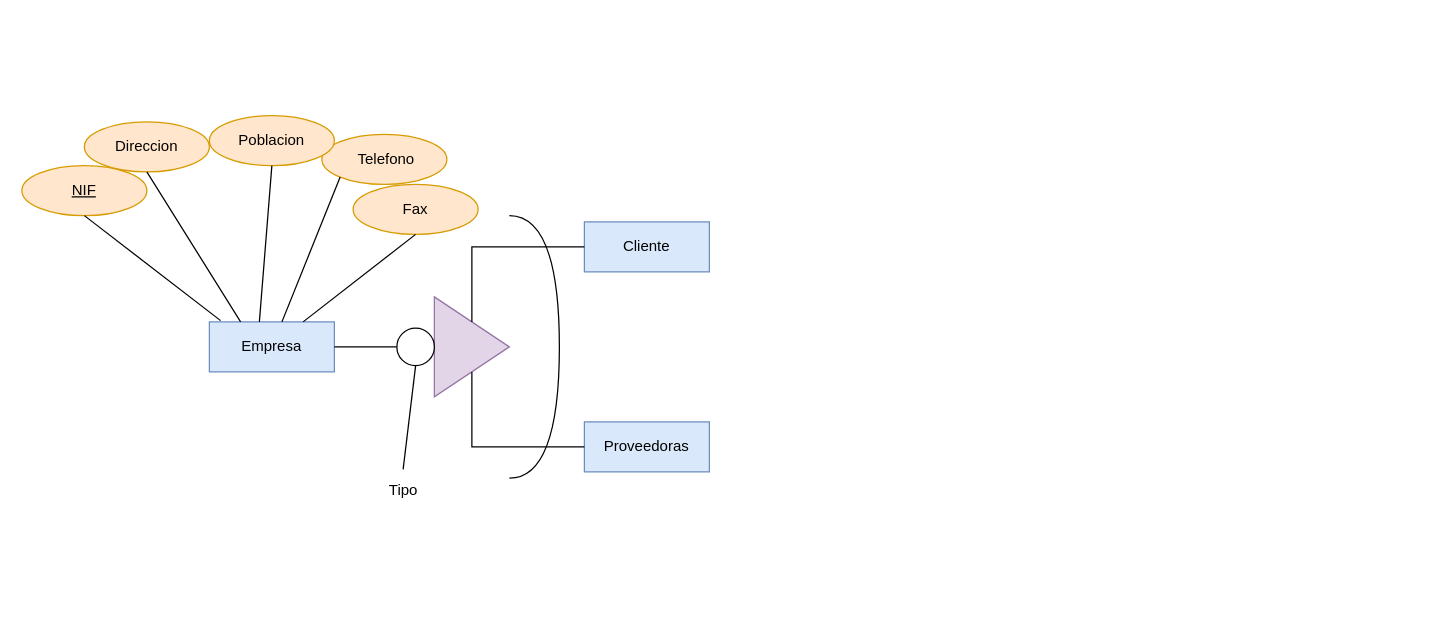
JVC0/Base-Datos keeps this draw.io diagram as Unidad1/Tareas/Tarea evaluada4/Untitled Diagram.drawio. Above is the earlier version. Source tidied: cells renumbered, new cells numbered last; positions are measured from the earlier drawing's top-left corner, leaving out a move shared by most shapes. Both pictures are drawn from the tidied source at 125%, with x=0, y=0 at pixel (21, 115).
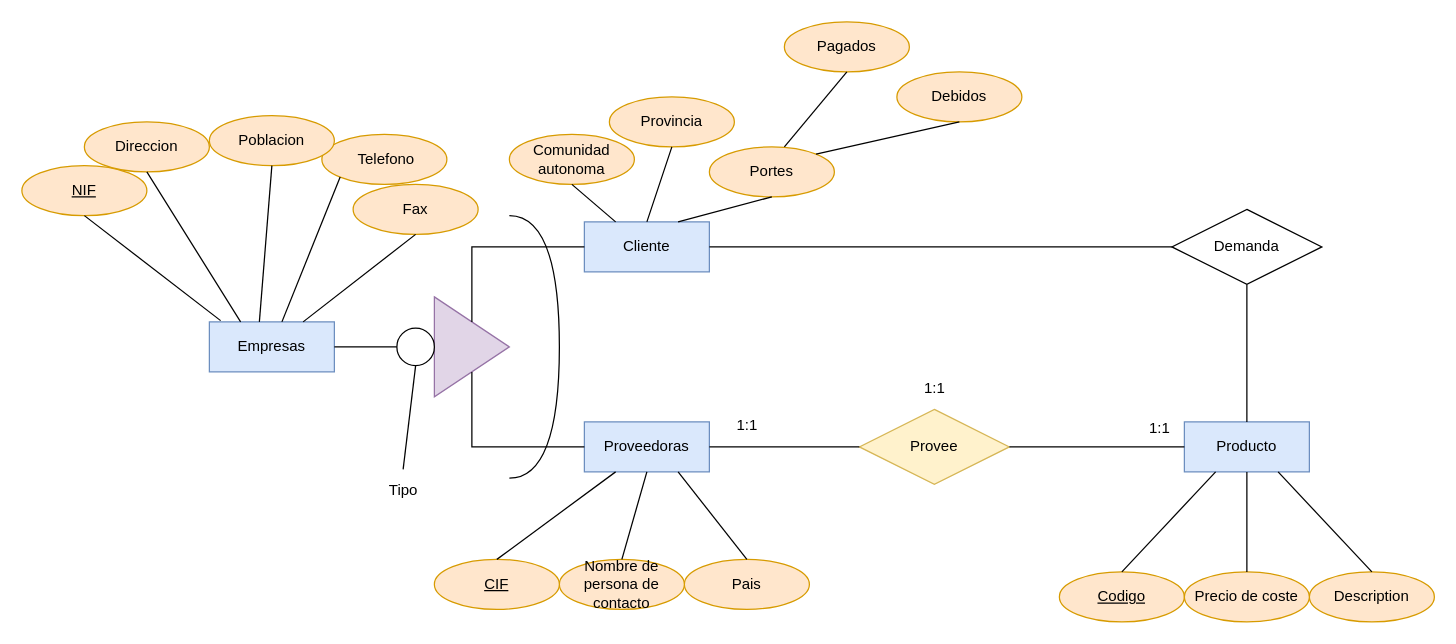
The same diagram, later.

The change refers to these unchanged cells:
```xml
<mxCell id="3" value="Cliente" style="whiteSpace=wrap;html=1;align=center;fillColor=#dae8fc;strokeColor=#6c8ebf;" parent="1" vertex="1">
  <mxGeometry x="450" y="85" width="100" height="40" as="geometry" />
</mxCell>
<mxCell id="4" value="Proveedoras" style="whiteSpace=wrap;html=1;align=center;fillColor=#dae8fc;strokeColor=#6c8ebf;" parent="1" vertex="1">
  <mxGeometry x="450" y="245" width="100" height="40" as="geometry" />
</mxCell>
```

Diff of the diagram source:
```diff
@@
-    <mxCell id="2" value="Empresa" style="whiteSpace=wrap;html=1;align=center;fillColor=#dae8fc;strokeColor=#6c8ebf;" parent="1" vertex="1">
+    <mxCell id="2" value="Empresas" style="whiteSpace=wrap;html=1;align=center;fillColor=#dae8fc;strokeColor=#6c8ebf;" parent="1" vertex="1">
       <mxGeometry x="150" y="165" width="100" height="40" as="geometry" />
     </mxCell>
@@
+    <mxCell id="23" value="Provincia" style="ellipse;whiteSpace=wrap;html=1;align=center;fillColor=#ffe6cc;strokeColor=#d79b00;" parent="1" vertex="1">
+      <mxGeometry x="470" y="-15" width="100" height="40" as="geometry" />
+    </mxCell>
+    <mxCell id="24" value="Comunidad&lt;br&gt;autonoma" style="ellipse;whiteSpace=wrap;html=1;align=center;fillColor=#ffe6cc;strokeColor=#d79b00;" parent="1" vertex="1">
+      <mxGeometry x="390" y="15" width="100" height="40" as="geometry" />
+    </mxCell>
+    <mxCell id="25" value="Portes" style="ellipse;whiteSpace=wrap;html=1;align=center;fillColor=#ffe6cc;strokeColor=#d79b00;" parent="1" vertex="1">
+      <mxGeometry x="550" y="25" width="100" height="40" as="geometry" />
+    </mxCell>
+    <mxCell id="26" style="endArrow=none;html=1;rounded=0;entryX=0.5;entryY=1;entryDx=0;entryDy=0;exitX=0.25;exitY=0;exitDx=0;exitDy=0;" parent="1" edge="1" source="3" target="24">
+      <mxGeometry relative="1" as="geometry" />
+    </mxCell>
+    <mxCell id="27" style="endArrow=none;html=1;rounded=0;entryX=0.5;entryY=1;entryDx=0;entryDy=0;exitX=0.5;exitY=0;exitDx=0;exitDy=0;" parent="1" edge="1" source="3" target="23">
+      <mxGeometry relative="1" as="geometry" />
+    </mxCell>
+    <mxCell id="28" style="endArrow=none;html=1;rounded=0;entryX=0.5;entryY=1;entryDx=0;entryDy=0;exitX=0.75;exitY=0;exitDx=0;exitDy=0;" parent="1" edge="1" source="3" target="25">
+      <mxGeometry relative="1" as="geometry" />
+    </mxCell>
+    <mxCell id="29" value="Debidos" style="ellipse;whiteSpace=wrap;html=1;align=center;fillColor=#ffe6cc;strokeColor=#d79b00;" parent="1" vertex="1">
+      <mxGeometry x="700" y="-35" width="100" height="40" as="geometry" />
+    </mxCell>
+    <mxCell id="30" value="Pagados" style="ellipse;whiteSpace=wrap;html=1;align=center;fillColor=#ffe6cc;strokeColor=#d79b00;" parent="1" vertex="1">
+      <mxGeometry x="610" y="-75" width="100" height="40" as="geometry" />
+    </mxCell>
+    <mxCell id="31" style="endArrow=none;html=1;rounded=0;entryX=0.5;entryY=1;entryDx=0;entryDy=0;" parent="1" edge="1" target="30">
+      <mxGeometry relative="1" as="geometry">
+        <mxPoint x="610" y="25" as="sourcePoint" />
+      </mxGeometry>
+    </mxCell>
+    <mxCell id="32" style="endArrow=none;html=1;rounded=0;entryX=0.5;entryY=1;entryDx=0;entryDy=0;exitX=1;exitY=0;exitDx=0;exitDy=0;" parent="1" edge="1" source="25" target="29">
+      <mxGeometry relative="1" as="geometry" />
+    </mxCell>
+    <mxCell id="33" value="Pais" style="ellipse;whiteSpace=wrap;html=1;align=center;fillColor=#ffe6cc;strokeColor=#d79b00;" parent="1" vertex="1">
+      <mxGeometry x="530" y="355" width="100" height="40" as="geometry" />
+    </mxCell>
+    <mxCell id="34" value="Nombre de persona de contacto" style="ellipse;whiteSpace=wrap;html=1;align=center;fillColor=#ffe6cc;strokeColor=#d79b00;" parent="1" vertex="1">
+      <mxGeometry x="430" y="355" width="100" height="40" as="geometry" />
+    </mxCell>
+    <mxCell id="35" value="CIF" style="ellipse;whiteSpace=wrap;html=1;align=center;fontStyle=4;fillColor=#ffe6cc;strokeColor=#d79b00;" parent="1" vertex="1">
+      <mxGeometry x="330" y="355" width="100" height="40" as="geometry" />
+    </mxCell>
+    <mxCell id="36" style="endArrow=none;html=1;rounded=0;exitX=0.5;exitY=0;exitDx=0;exitDy=0;entryX=0.25;entryY=1;entryDx=0;entryDy=0;" parent="1" edge="1" source="35" target="4">
+      <mxGeometry relative="1" as="geometry" />
+    </mxCell>
+    <mxCell id="37" style="endArrow=none;html=1;rounded=0;entryX=0.5;entryY=1;entryDx=0;entryDy=0;exitX=0.5;exitY=0;exitDx=0;exitDy=0;" parent="1" edge="1" source="34" target="4">
+      <mxGeometry relative="1" as="geometry" />
+    </mxCell>
+    <mxCell id="38" style="endArrow=none;html=1;rounded=0;entryX=0.75;entryY=1;entryDx=0;entryDy=0;exitX=0.5;exitY=0;exitDx=0;exitDy=0;" parent="1" edge="1" source="33" target="4">
+      <mxGeometry relative="1" as="geometry" />
+    </mxCell>
+    <mxCell id="39" value="Producto" style="whiteSpace=wrap;html=1;align=center;fillColor=#dae8fc;strokeColor=#6c8ebf;" parent="1" vertex="1">
+      <mxGeometry x="930" y="245" width="100" height="40" as="geometry" />
+    </mxCell>
+    <mxCell id="40" value="Provee" style="shape=rhombus;perimeter=rhombusPerimeter;whiteSpace=wrap;html=1;align=center;fillColor=#fff2cc;strokeColor=#d6b656;" parent="1" vertex="1">
+      <mxGeometry x="670" y="235" width="120" height="60" as="geometry" />
+    </mxCell>
+    <mxCell id="41" style="endArrow=none;html=1;rounded=0;exitX=1;exitY=0.5;exitDx=0;exitDy=0;entryX=0;entryY=0.5;entryDx=0;entryDy=0;" parent="1" edge="1" source="4" target="40">
+      <mxGeometry relative="1" as="geometry" />
+    </mxCell>
+    <mxCell id="42" value="Codigo" style="ellipse;whiteSpace=wrap;html=1;align=center;fontStyle=4;fillColor=#ffe6cc;strokeColor=#d79b00;" parent="1" vertex="1">
+      <mxGeometry x="830" y="365" width="100" height="40" as="geometry" />
+    </mxCell>
+    <mxCell id="43" value="Description" style="ellipse;whiteSpace=wrap;html=1;align=center;fillColor=#ffe6cc;strokeColor=#d79b00;" parent="1" vertex="1">
+      <mxGeometry x="1030" y="365" width="100" height="40" as="geometry" />
+    </mxCell>
+    <mxCell id="44" value="Precio de coste" style="ellipse;whiteSpace=wrap;html=1;align=center;fillColor=#ffe6cc;strokeColor=#d79b00;" parent="1" vertex="1">
+      <mxGeometry x="930" y="365" width="100" height="40" as="geometry" />
+    </mxCell>
+    <mxCell id="45" style="endArrow=none;html=1;rounded=0;entryX=0.25;entryY=1;entryDx=0;entryDy=0;exitX=0.5;exitY=0;exitDx=0;exitDy=0;" parent="1" edge="1" source="42" target="39">
+      <mxGeometry relative="1" as="geometry" />
+    </mxCell>
+    <mxCell id="46" style="endArrow=none;html=1;rounded=0;entryX=0.5;entryY=1;entryDx=0;entryDy=0;exitX=0.5;exitY=0;exitDx=0;exitDy=0;" parent="1" edge="1" source="44" target="39">
+      <mxGeometry relative="1" as="geometry" />
+    </mxCell>
+    <mxCell id="47" style="endArrow=none;html=1;rounded=0;exitX=0.5;exitY=0;exitDx=0;exitDy=0;entryX=0.75;entryY=1;entryDx=0;entryDy=0;" parent="1" edge="1" source="43" target="39">
+      <mxGeometry relative="1" as="geometry" />
+    </mxCell>
+    <mxCell id="48" value="1:1" style="text;html=1;align=center;verticalAlign=middle;strokeColor=none;fillColor=none;" parent="1" vertex="1">
+      <mxGeometry x="890" y="235" width="40" height="30" as="geometry" />
+    </mxCell>
+    <mxCell id="49" value="1:1" style="text;html=1;align=center;verticalAlign=middle;strokeColor=none;fillColor=none;" parent="1" vertex="1">
+      <mxGeometry x="560" y="233" width="40" height="30" as="geometry" />
+    </mxCell>
+    <mxCell id="50" style="endArrow=none;html=1;rounded=0;entryX=1;entryY=0.5;entryDx=0;entryDy=0;exitX=0;exitY=0.5;exitDx=0;exitDy=0;" parent="1" edge="1" source="39" target="40">
+      <mxGeometry relative="1" as="geometry" />
+    </mxCell>
+    <mxCell id="51" value="Demanda" style="shape=rhombus;perimeter=rhombusPerimeter;whiteSpace=wrap;html=1;align=center;" parent="1" vertex="1">
+      <mxGeometry x="920" y="75" width="120" height="60" as="geometry" />
+    </mxCell>
+    <mxCell id="52" style="endArrow=none;html=1;rounded=0;entryX=0;entryY=0.5;entryDx=0;entryDy=0;exitX=1;exitY=0.5;exitDx=0;exitDy=0;" parent="1" edge="1" source="3" target="51">
+      <mxGeometry relative="1" as="geometry" />
+    </mxCell>
+    <mxCell id="53" style="endArrow=none;html=1;rounded=0;exitX=0.5;exitY=0;exitDx=0;exitDy=0;entryX=0.5;entryY=1;entryDx=0;entryDy=0;" parent="1" edge="1" source="39" target="51">
+      <mxGeometry relative="1" as="geometry" />
+    </mxCell>
+    <mxCell id="54" value="1:1" style="text;html=1;align=center;verticalAlign=middle;strokeColor=none;fillColor=none;" parent="1" vertex="1">
+      <mxGeometry x="710" y="203" width="40" height="30" as="geometry" />
+    </mxCell>
```
